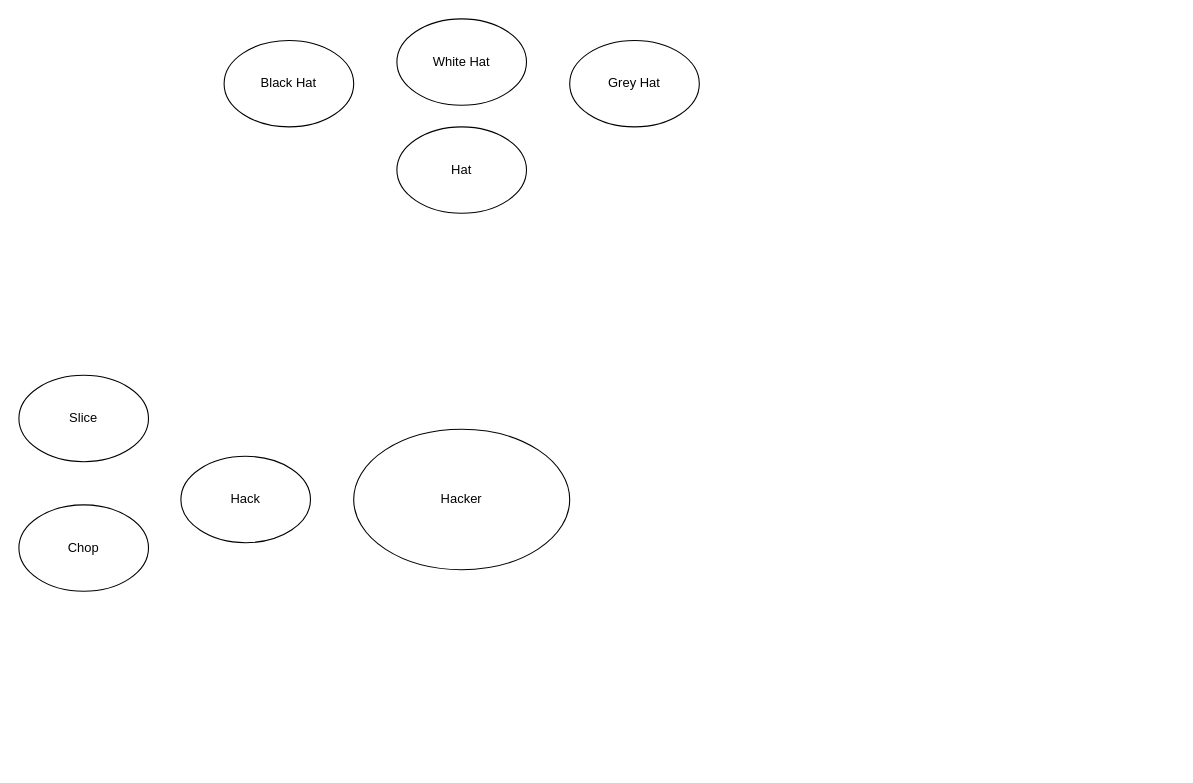
This is word-cloud.drawio from popados/01_diagrams, a draw.io file, before an edit. Source tidied: cells renumbered, new cells numbered last; positions are measured from the earlier drawing's top-left corner, leaving out a move shared by most shapes. Both pictures are drawn from the tidied source at 108%, with x=0, y=0 at pixel (18, 18).
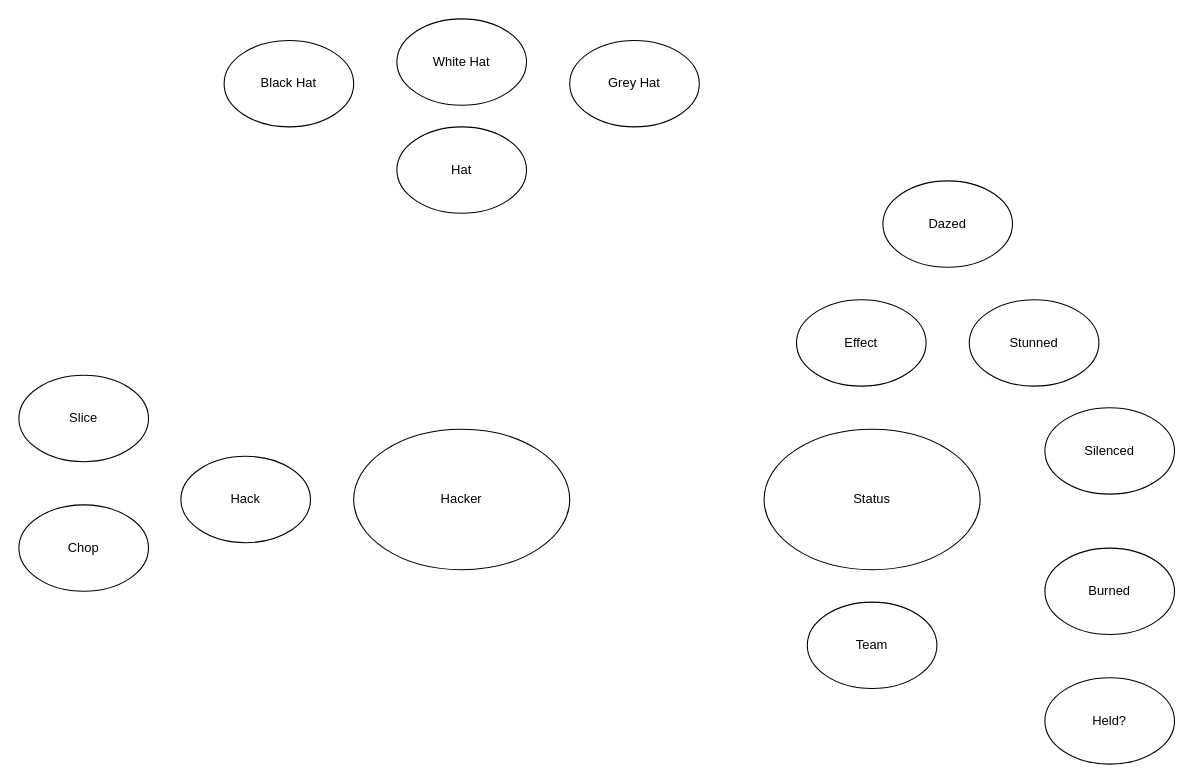
After the change.

What changed in the source:
```diff
@@
 <mxGraphModel>
   <root>
     <mxCell id="0" />
     <mxCell id="1" parent="0" />
     <mxCell id="2" value="Hacker" style="ellipse;whiteSpace=wrap;html=1;" parent="1" vertex="1">
       <mxGeometry x="310" y="380" width="200" height="130" as="geometry" />
     </mxCell>
     <mxCell id="3" value="Chop" style="ellipse;whiteSpace=wrap;html=1;" parent="1" vertex="1">
       <mxGeometry y="450" width="120" height="80" as="geometry" />
     </mxCell>
     <mxCell id="4" value="Slice" style="ellipse;whiteSpace=wrap;html=1;" parent="1" vertex="1">
       <mxGeometry y="330" width="120" height="80" as="geometry" />
     </mxCell>
     <mxCell id="5" value="Hat" style="ellipse;whiteSpace=wrap;html=1;" parent="1" vertex="1">
       <mxGeometry x="350" y="100" width="120" height="80" as="geometry" />
     </mxCell>
     <mxCell id="6" value="Hack" style="ellipse;whiteSpace=wrap;html=1;" parent="1" vertex="1">
       <mxGeometry x="150" y="405" width="120" height="80" as="geometry" />
     </mxCell>
     <mxCell id="7" value="Black Hat" style="ellipse;whiteSpace=wrap;html=1;" parent="1" vertex="1">
       <mxGeometry x="190" y="20" width="120" height="80" as="geometry" />
     </mxCell>
     <mxCell id="8" value="White Hat" style="ellipse;whiteSpace=wrap;html=1;" parent="1" vertex="1">
       <mxGeometry x="350" width="120" height="80" as="geometry" />
     </mxCell>
     <mxCell id="9" value="Grey Hat" style="ellipse;whiteSpace=wrap;html=1;" parent="1" vertex="1">
       <mxGeometry x="510" y="20" width="120" height="80" as="geometry" />
     </mxCell>
+    <mxCell id="10" value="Status" style="ellipse;whiteSpace=wrap;html=1;" parent="1" vertex="1">
+      <mxGeometry x="690" y="380" width="200" height="130" as="geometry" />
+    </mxCell>
+    <mxCell id="11" value="Held?" style="ellipse;whiteSpace=wrap;html=1;" parent="1" vertex="1">
+      <mxGeometry x="950" y="610" width="120" height="80" as="geometry" />
+    </mxCell>
+    <mxCell id="12" value="Team" style="ellipse;whiteSpace=wrap;html=1;" parent="1" vertex="1">
+      <mxGeometry x="730" y="540" width="120" height="80" as="geometry" />
+    </mxCell>
+    <mxCell id="13" value="Effect" style="ellipse;whiteSpace=wrap;html=1;" parent="1" vertex="1">
+      <mxGeometry x="720" y="260" width="120" height="80" as="geometry" />
+    </mxCell>
+    <mxCell id="14" value="Silenced" style="ellipse;whiteSpace=wrap;html=1;" parent="1" vertex="1">
+      <mxGeometry x="950" y="360" width="120" height="80" as="geometry" />
+    </mxCell>
+    <mxCell id="15" value="Stunned" style="ellipse;whiteSpace=wrap;html=1;" parent="1" vertex="1">
+      <mxGeometry x="880" y="260" width="120" height="80" as="geometry" />
+    </mxCell>
+    <mxCell id="16" value="Burned" style="ellipse;whiteSpace=wrap;html=1;" parent="1" vertex="1">
+      <mxGeometry x="950" y="490" width="120" height="80" as="geometry" />
+    </mxCell>
+    <mxCell id="17" value="Dazed" style="ellipse;whiteSpace=wrap;html=1;" parent="1" vertex="1">
+      <mxGeometry x="800" y="150" width="120" height="80" as="geometry" />
+    </mxCell>
   </root>
 </mxGraphModel>
```
